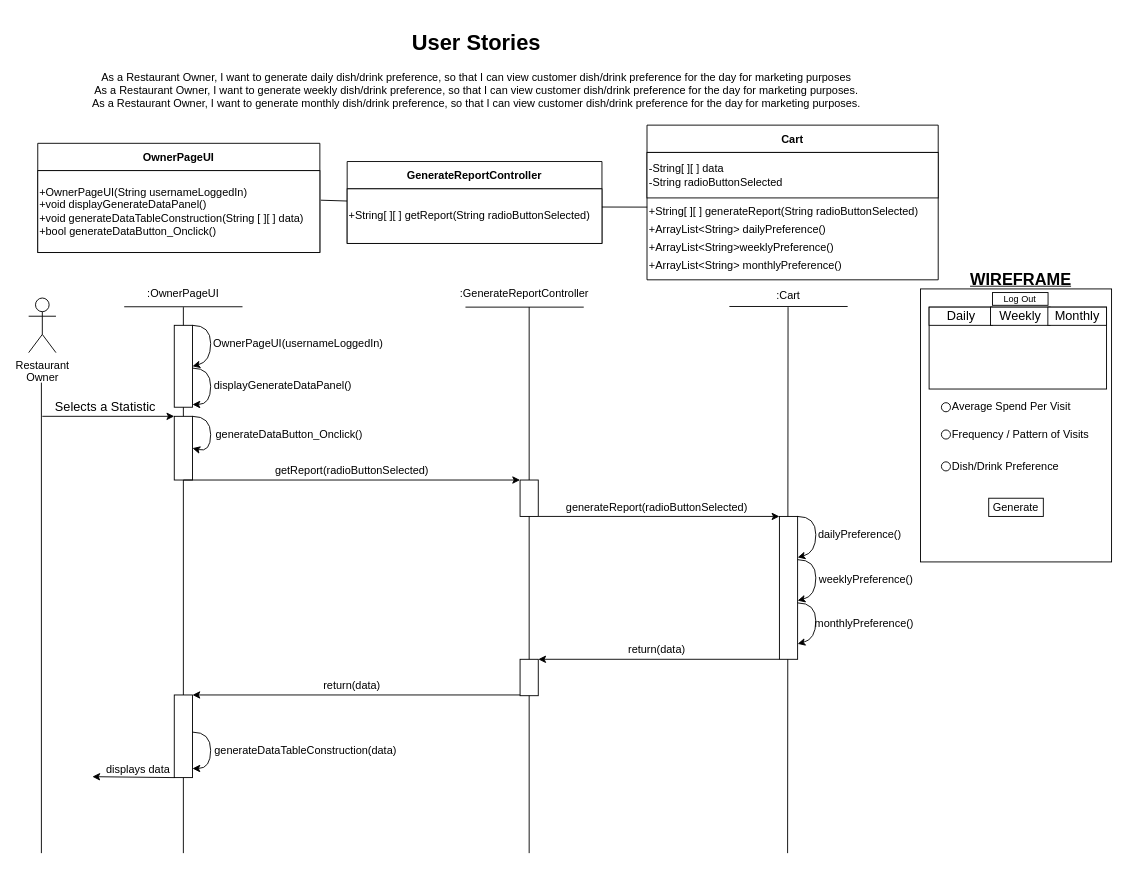
Earlier version of the draw.io diagram BCE_UML_and_Diagrams/RestaurantOwner/RestaurantOwner_Preference_#43_44_45.drawio (extred5700/JAVAGUI-Restaurant-Table-Order-System). Source tidied: cells renumbered, new cells numbered last; positions are measured from the earlier drawing's top-left corner, leaving out a move shared by most shapes. Both pictures are drawn from the tidied source at 91%, with x=0, y=0 at pixel (28, 25).
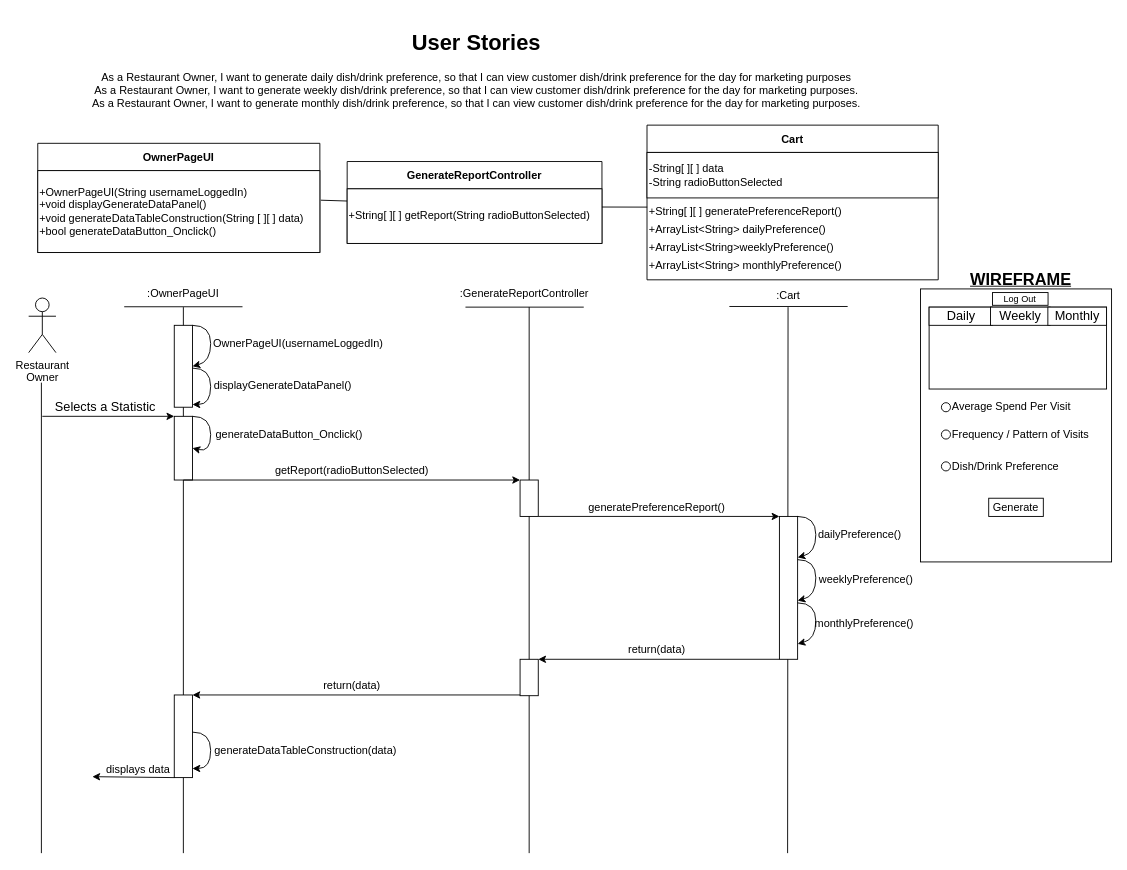
The same page after the edit.

Commit message (it also covers changes not shown here):
Updated Restaurant Owner diagram

Unchanged cells that the change refers to:
```xml
<mxCell id="6" value="Cart" style="swimlane;startSize=30;" parent="1" vertex="1">
  <mxGeometry x="679.5" y="110" width="320" height="170" as="geometry" />
</mxCell>
```

What changed in the source:
```diff
@@
-    <mxCell id="7" value="&lt;div&gt;&lt;span style=&quot;font-family: &amp;#34;helvetica&amp;#34;&quot;&gt;+String[ ][ ] generateReport(String radioButtonSelected)&lt;/span&gt;&lt;/div&gt;" style="text;html=1;strokeColor=none;fillColor=none;align=left;verticalAlign=middle;whiteSpace=wrap;rounded=0;" parent="6" vertex="1">
+    <mxCell id="7" value="&lt;div&gt;&lt;span style=&quot;font-family: &amp;quot;helvetica&amp;quot;&quot;&gt;+String[ ][ ] generatePreferenceReport()&lt;/span&gt;&lt;/div&gt;" style="text;html=1;strokeColor=none;fillColor=none;align=left;verticalAlign=middle;whiteSpace=wrap;rounded=0;" parent="6" vertex="1">
       <mxGeometry y="80" width="320" height="30" as="geometry" />
     </mxCell>
@@
-    <mxCell id="29" value="&lt;div style=&quot;text-align: left&quot;&gt;&lt;span&gt;generateReport(radioButtonSelected)&lt;/span&gt;&lt;/div&gt;" style="text;html=1;align=center;verticalAlign=middle;strokeColor=none;fillColor=none;" parent="1" vertex="1">
-      <mxGeometry x="585" y="520" width="210" height="20" as="geometry" />
+    <mxCell id="29" value="&lt;div style=&quot;text-align: left&quot;&gt;&lt;span&gt;generatePreferenceReport()&lt;/span&gt;&lt;/div&gt;" style="text;html=1;align=center;verticalAlign=middle;strokeColor=none;fillColor=none;" parent="1" vertex="1">
+      <mxGeometry x="605" y="520" width="170" height="20" as="geometry" />
     </mxCell>
```
